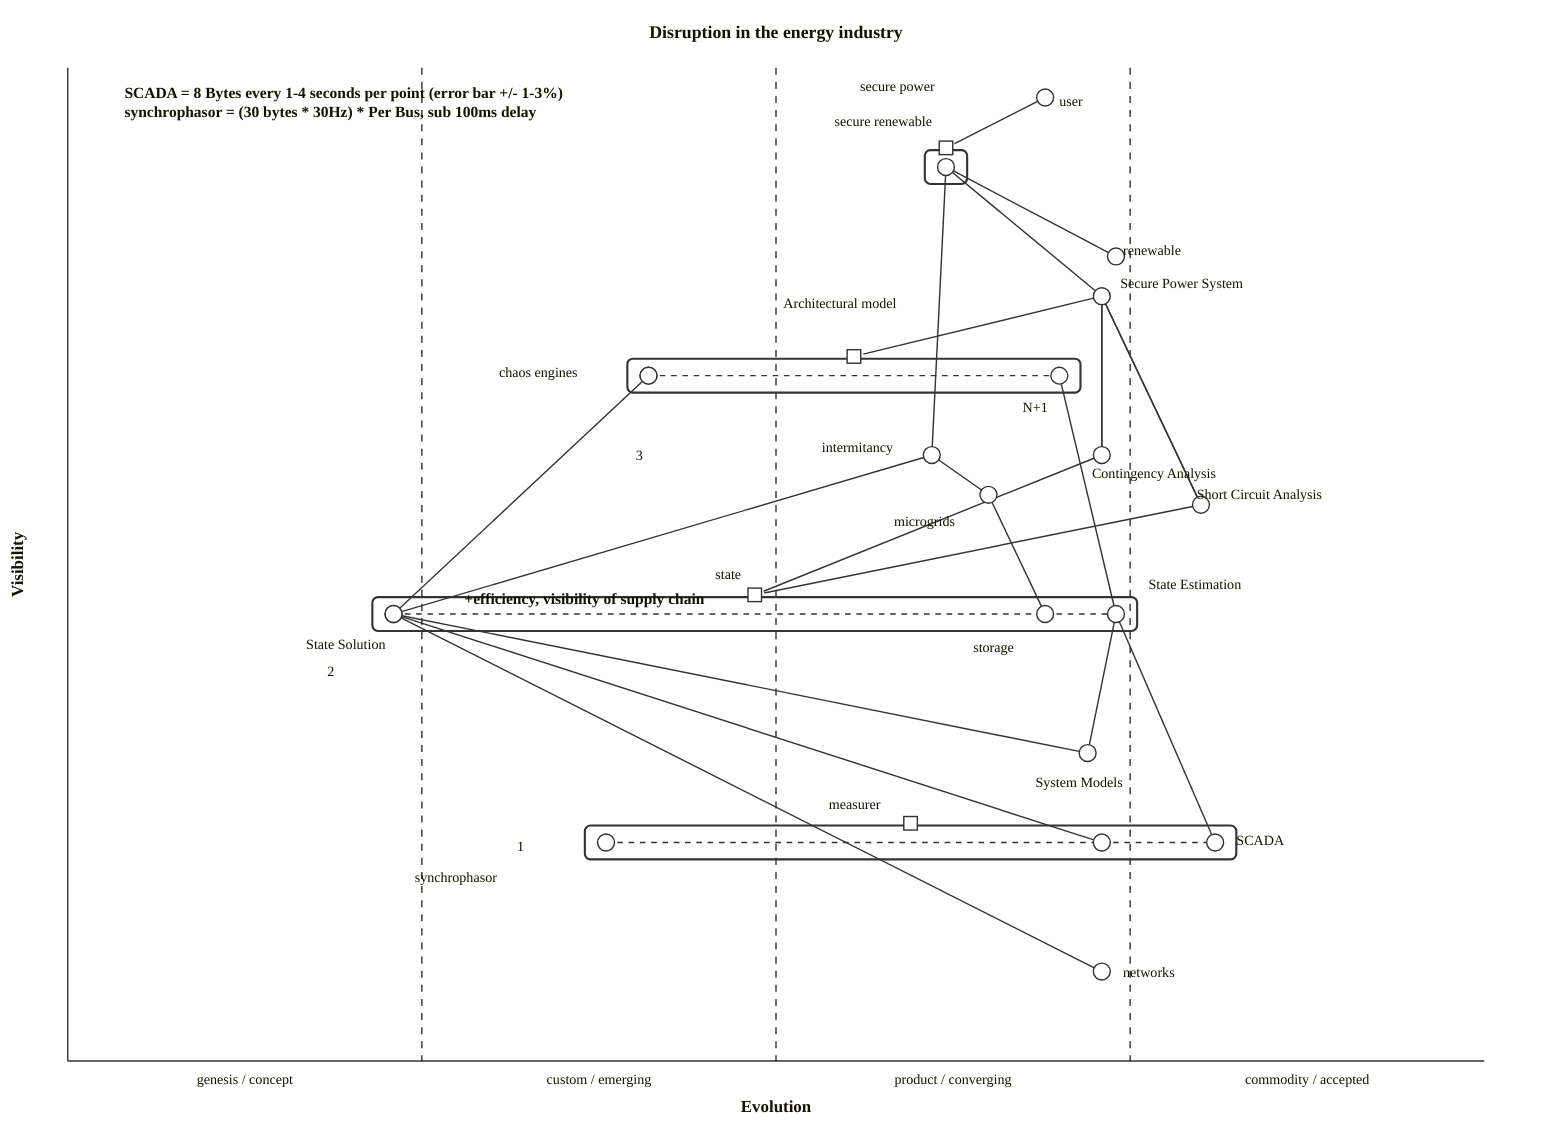
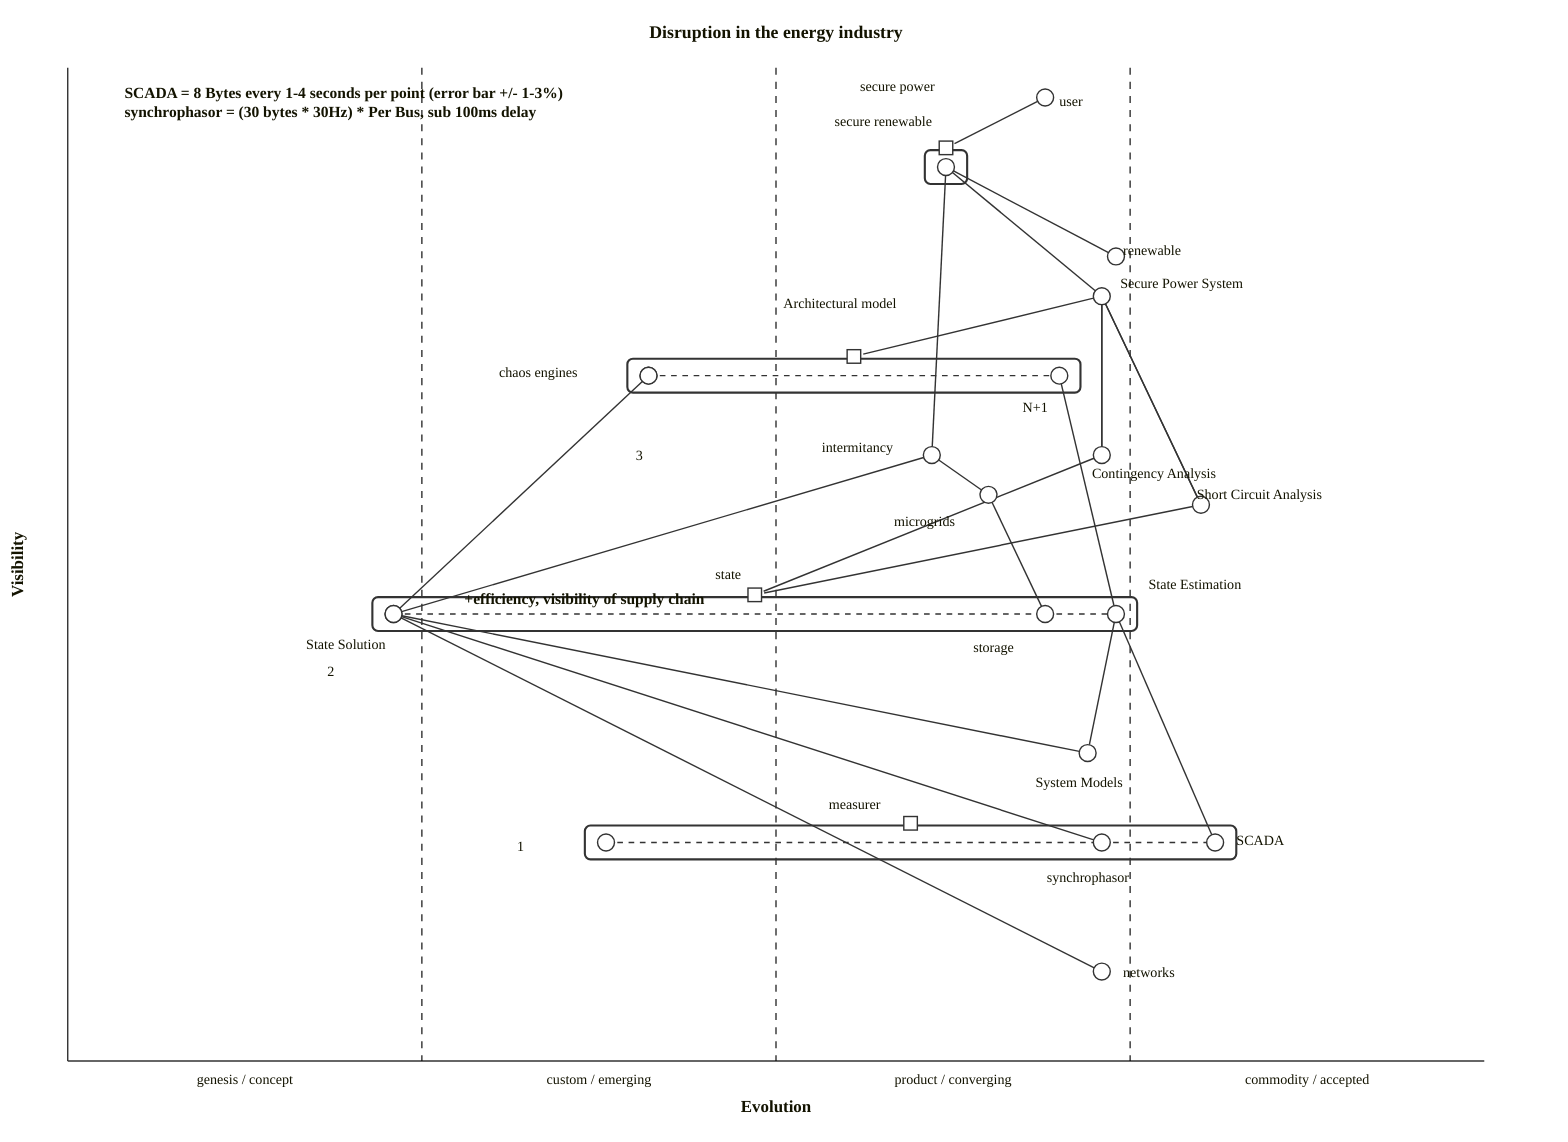
wardley-beta

title Disruption in the energy industry
size [1100, 800]
evolution genesis / concept -> custom / emerging -> product / converging -> commodity / accepted

component Secure Power System [0.77, 0.73] label [13, -6]
component Contingency Analysis [0.61, 0.73] label [-7, 16]
component Short Circuit Analysis [0.56, 0.80] label [-3, -4]
component System Models [0.31, 0.72] label [-37, 24]

evolve "1" 0.72
evolve "2" 0.48
evolve "3" 0.48

component state [0.45, 0.59] label [-28, -11]
pipeline state {
  component "2" [0.23] label [-47, 44]
  component State Solution [0.23] label [-62, 25]
  component storage [0.69] label [-51, 27]
  component State Estimation [0.74] label [23, -18]
}

component renewable [0.81, 0.74] label [5, -1]
component intermitancy [0.61, 0.61] label [-78, -2]
component microgrids [0.57, 0.65] label [-67, 22]
component user [0.97, 0.69] label [10, 6]

component networks [0.09, 0.73] label [15, 4]

component measurer [0.22, 0.63] label [-58, -10]
pipeline measurer {
  component "1" [0.38] label [-63, 6]
-   component synchrophasor [0.73] label [-487, 28]
+   component synchrophasor [0.73] label [-39, 28]
  component SCADA [0.81] label [15, 2]
}

component secure power [0.90, 0.66] label [-61, -40]
pipeline secure power {
  component secure renewable [0.62] label [-79, -29]
}

component Architectural model [0.69, 0.67] label [-50, -34]
pipeline Architectural model {
  component "3" [0.41] label [-9, 60]
  component chaos engines [0.41] label [-106, 1]
  component "N+1" [0.7] label [-26, 26]
}

note "SCADA = 8 Bytes every 1-4 seconds per point (error bar +/- 1-3%)" [0.97, 0.04]
note "synchrophasor = (30 bytes * 30Hz) * Per Bus, sub 100ms delay" [0.95, 0.04]
note "+efficiency, visibility of supply chain" [0.46, 0.28]

State Estimation -> System Models
State Estimation -> SCADA
Secure Power System -> Contingency Analysis
Secure Power System -> Short Circuit Analysis

State Solution -> System Models
State Solution -> synchrophasor
Contingency Analysis -> state
Short Circuit Analysis -> state
Secure Power System -> Contingency Analysis
Secure Power System -> Short Circuit Analysis
networks -> State Solution
variability -> renewable
variability -> State Solution
intermitancy -> State Solution
microgrids -> intermitancy
secure renewable -> Secure Power System
renewable -> secure renewable
user -> secure power
secure renewable -> intermitancy
microgrids -> storage
Secure Power System -> Architectural model
chaos engines -> "2"
"N+1" -> State Estimation

